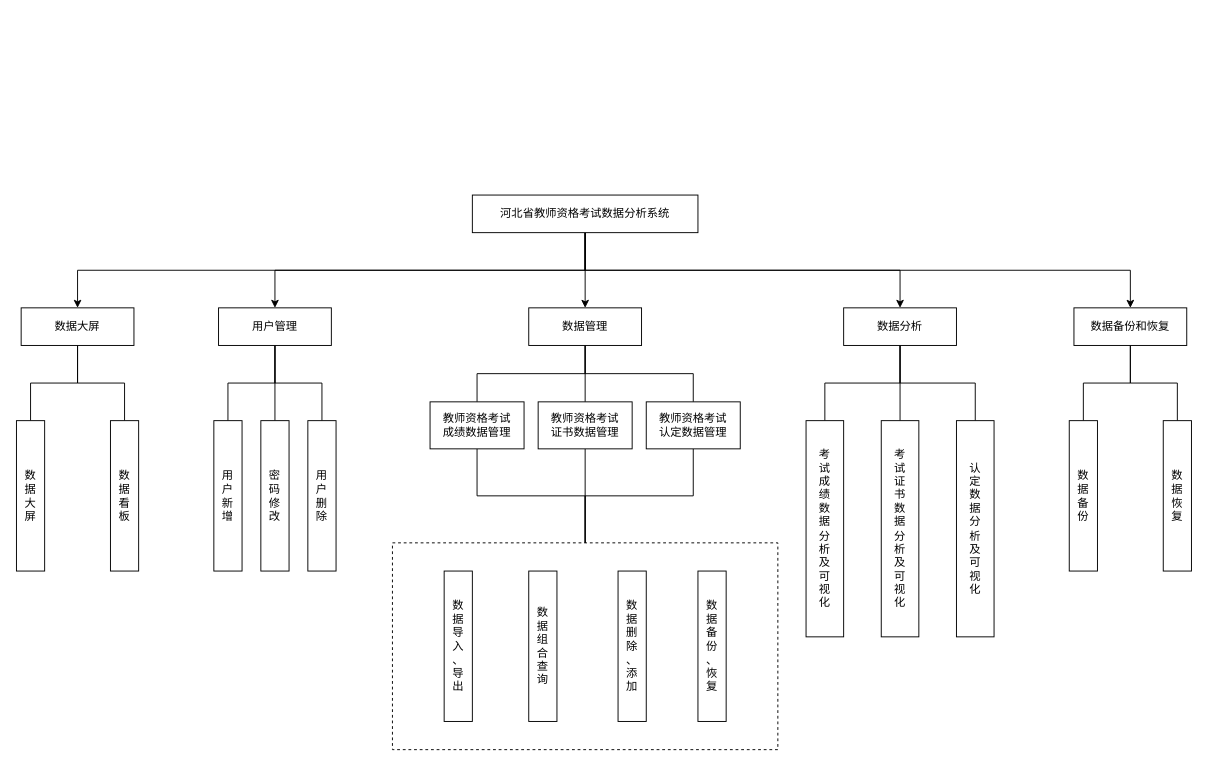
This is page "0.项目功能架构" (1 of 4) of resouces/drawio/structure.drawio from coderyjc/certificate_analysis, a draw.io file, before an edit. Source tidied: cells renumbered, new cells numbered last; positions are measured from the earlier drawing's top-left corner, leaving out a move shared by most shapes. Both pictures are drawn from the tidied source at 94%, with x=0, y=0 at pixel (16, 195).
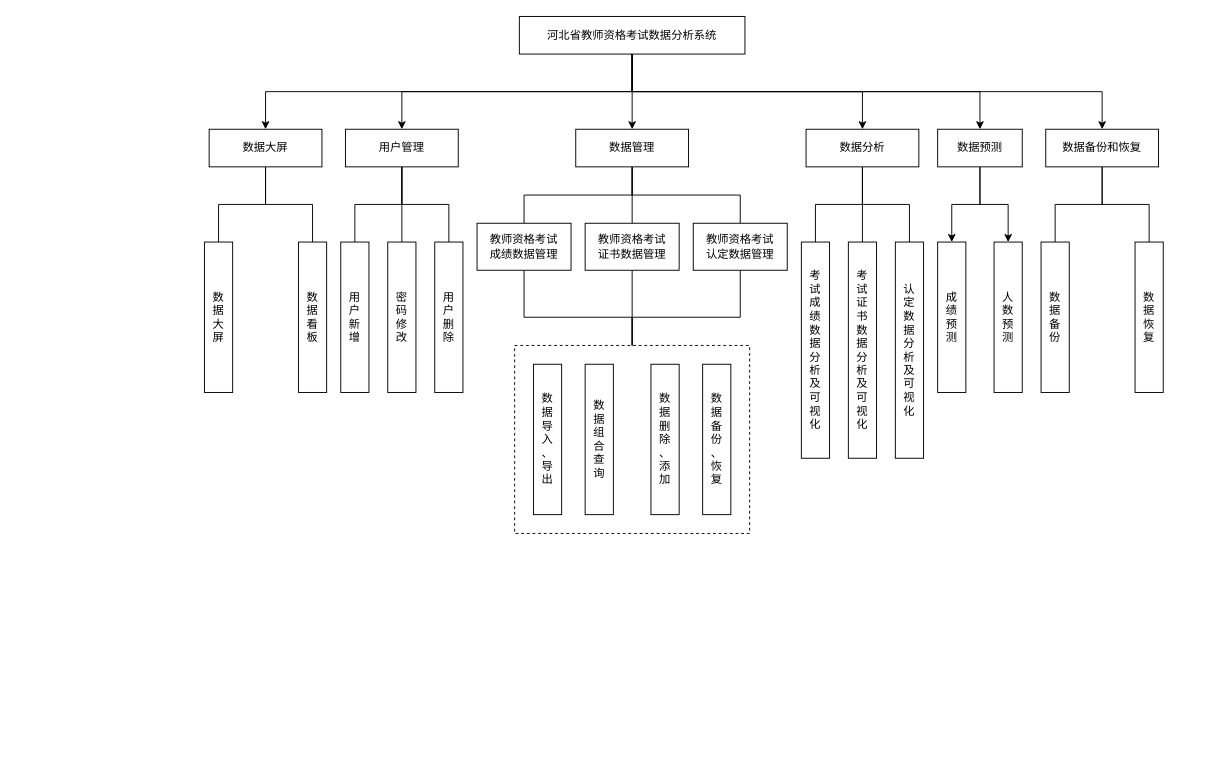
After the change.

The edit, as a diff of the source:
```diff
@@
     <mxCell id="3" style="edgeStyle=none;html=1;exitX=0.5;exitY=1;exitDx=0;exitDy=0;entryX=0.5;entryY=0;entryDx=0;entryDy=0;rounded=0;" parent="1" edge="1" source="7" target="11">
       <mxGeometry relative="1" as="geometry">
         <Array as="points">
-          <mxPoint x="605" y="80" />
-          <mxPoint x="275" y="80" />
+          <mxPoint x="655" y="-110" />
+          <mxPoint x="410" y="-110" />
         </Array>
       </mxGeometry>
     </mxCell>
     <mxCell id="4" style="edgeStyle=none;html=1;exitX=0.5;exitY=1;exitDx=0;exitDy=0;entryX=0.5;entryY=0;entryDx=0;entryDy=0;rounded=0;" parent="1" edge="1" source="7" target="19">
       <mxGeometry relative="1" as="geometry">
         <Array as="points">
-          <mxPoint x="605" y="80" />
-          <mxPoint x="940" y="80" />
+          <mxPoint x="655" y="-110" />
+          <mxPoint x="900" y="-110" />
         </Array>
       </mxGeometry>
     </mxCell>
     <mxCell id="5" style="edgeStyle=none;html=1;exitX=0.5;exitY=1;exitDx=0;exitDy=0;entryX=0.5;entryY=0;entryDx=0;entryDy=0;rounded=0;" parent="1" edge="1" source="7" target="39">
       <mxGeometry relative="1" as="geometry">
         <Array as="points">
-          <mxPoint x="605" y="80" />
-          <mxPoint x="65" y="80" />
+          <mxPoint x="655" y="-110" />
+          <mxPoint x="265" y="-110" />
         </Array>
       </mxGeometry>
     </mxCell>
     <mxCell id="6" style="edgeStyle=none;rounded=0;html=1;exitX=0.5;exitY=1;exitDx=0;exitDy=0;entryX=0.5;entryY=0;entryDx=0;entryDy=0;" parent="1" edge="1" source="7" target="44">
       <mxGeometry relative="1" as="geometry">
         <Array as="points">
-          <mxPoint x="605" y="80" />
-          <mxPoint x="1185" y="80" />
+          <mxPoint x="655" y="-110" />
+          <mxPoint x="1155" y="-110" />
         </Array>
       </mxGeometry>
     </mxCell>
+    <mxCell id="47" style="edgeStyle=none;html=1;exitX=0.5;exitY=1;exitDx=0;exitDy=0;entryX=0.5;entryY=0;entryDx=0;entryDy=0;rounded=0;" parent="1" edge="1" source="7" target="50">
+      <mxGeometry relative="1" as="geometry">
+        <Array as="points">
+          <mxPoint x="655" y="-110" />
+          <mxPoint x="1025" y="-110" />
+        </Array>
+      </mxGeometry>
+    </mxCell>
     <mxCell id="7" value="&lt;p class=&quot;MsoNormal&quot;&gt;河北省教师资格考试数据分析系统&lt;/p&gt;" style="whiteSpace=wrap;html=1;" parent="1" vertex="1">
-      <mxGeometry x="485" width="240" height="40" as="geometry" />
+      <mxGeometry x="535" y="-190" width="240" height="40" as="geometry" />
     </mxCell>
     <mxCell id="8" style="edgeStyle=none;rounded=0;html=1;exitX=0.5;exitY=1;exitDx=0;exitDy=0;entryX=0.5;entryY=0;entryDx=0;entryDy=0;endArrow=none;endFill=0;" parent="1" edge="1" source="11" target="20">
       <mxGeometry relative="1" as="geometry">
         <Array as="points">
-          <mxPoint x="275" y="200" />
-          <mxPoint x="225" y="200" />
+          <mxPoint x="410" y="10" />
+          <mxPoint x="360" y="10" />
         </Array>
       </mxGeometry>
     </mxCell>
@@
     <mxCell id="10" style="edgeStyle=none;rounded=0;html=1;exitX=0.5;exitY=1;exitDx=0;exitDy=0;entryX=0.5;entryY=0;entryDx=0;entryDy=0;endArrow=none;endFill=0;" parent="1" edge="1" source="11" target="22">
       <mxGeometry relative="1" as="geometry">
         <Array as="points">
-          <mxPoint x="275" y="200" />
-          <mxPoint x="325" y="200" />
+          <mxPoint x="410" y="10" />
+          <mxPoint x="460" y="10" />
         </Array>
       </mxGeometry>
     </mxCell>
     <mxCell id="11" value="用户管理" style="whiteSpace=wrap;html=1;" parent="1" vertex="1">
-      <mxGeometry x="215" y="120" width="120" height="40" as="geometry" />
+      <mxGeometry x="350" y="-70" width="120" height="40" as="geometry" />
     </mxCell>
     <mxCell id="12" style="edgeStyle=none;rounded=0;html=1;exitX=0.5;exitY=1;exitDx=0;exitDy=0;entryX=0.5;entryY=0;entryDx=0;entryDy=0;endArrow=none;endFill=0;" parent="1" edge="1" source="15" target="24">
       <mxGeometry relative="1" as="geometry">
         <Array as="points">
-          <mxPoint x="605" y="190" />
-          <mxPoint x="490" y="190" />
+          <mxPoint x="655" />
+          <mxPoint x="540" />
         </Array>
       </mxGeometry>
     </mxCell>
@@
     <mxCell id="14" style="edgeStyle=none;rounded=0;html=1;exitX=0.5;exitY=1;exitDx=0;exitDy=0;entryX=0.5;entryY=0;entryDx=0;entryDy=0;endArrow=none;endFill=0;" parent="1" edge="1" source="15" target="28">
       <mxGeometry relative="1" as="geometry">
         <Array as="points">
-          <mxPoint x="605" y="190" />
-          <mxPoint x="720" y="190" />
+          <mxPoint x="655" />
+          <mxPoint x="770" />
         </Array>
       </mxGeometry>
     </mxCell>
     <mxCell id="15" value="数据管理" style="whiteSpace=wrap;html=1;" parent="1" vertex="1">
-      <mxGeometry x="545" y="120" width="120" height="40" as="geometry" />
+      <mxGeometry x="595" y="-70" width="120" height="40" as="geometry" />
     </mxCell>
     <mxCell id="16" style="edgeStyle=none;rounded=0;html=1;exitX=0.5;exitY=1;exitDx=0;exitDy=0;entryX=0.5;entryY=0;entryDx=0;entryDy=0;endArrow=none;endFill=0;" parent="1" edge="1" source="19" target="33">
       <mxGeometry relative="1" as="geometry">
         <Array as="points">
-          <mxPoint x="940" y="200" />
-          <mxPoint x="860" y="200" />
+          <mxPoint x="900" y="10" />
+          <mxPoint x="850" y="10" />
         </Array>
       </mxGeometry>
     </mxCell>
@@
     <mxCell id="18" style="edgeStyle=none;rounded=0;html=1;exitX=0.5;exitY=1;exitDx=0;exitDy=0;entryX=0.5;entryY=0;entryDx=0;entryDy=0;endArrow=none;endFill=0;" parent="1" edge="1" source="19" target="35">
       <mxGeometry relative="1" as="geometry">
         <Array as="points">
-          <mxPoint x="940" y="200" />
-          <mxPoint x="1020" y="200" />
+          <mxPoint x="900" y="10" />
+          <mxPoint x="950" y="10" />
         </Array>
       </mxGeometry>
     </mxCell>
     <mxCell id="19" value="数据分析" style="whiteSpace=wrap;html=1;" parent="1" vertex="1">
-      <mxGeometry x="880" y="120" width="120" height="40" as="geometry" />
+      <mxGeometry x="840" y="-70" width="120" height="40" as="geometry" />
     </mxCell>
     <mxCell id="20" value="用&lt;br&gt;户&lt;br&gt;新&lt;br&gt;增" style="whiteSpace=wrap;html=1;" parent="1" vertex="1">
-      <mxGeometry x="210" y="240" width="30" height="160" as="geometry" />
+      <mxGeometry x="345" y="50" width="30" height="160" as="geometry" />
     </mxCell>
     <mxCell id="21" value="密&lt;br&gt;码&lt;br&gt;修&lt;br&gt;改" style="whiteSpace=wrap;html=1;" parent="1" vertex="1">
-      <mxGeometry x="260" y="240" width="30" height="160" as="geometry" />
+      <mxGeometry x="395" y="50" width="30" height="160" as="geometry" />
     </mxCell>
     <mxCell id="22" value="用&lt;br&gt;户&lt;br&gt;删&lt;br&gt;除" style="whiteSpace=wrap;html=1;" parent="1" vertex="1">
-      <mxGeometry x="310" y="240" width="30" height="160" as="geometry" />
+      <mxGeometry x="445" y="50" width="30" height="160" as="geometry" />
     </mxCell>
     <mxCell id="23" style="edgeStyle=none;rounded=0;html=1;exitX=0.5;exitY=1;exitDx=0;exitDy=0;entryX=0.5;entryY=0;entryDx=0;entryDy=0;endArrow=none;endFill=0;" parent="1" edge="1" source="24" target="36">
       <mxGeometry relative="1" as="geometry">
         <Array as="points">
-          <mxPoint x="490" y="320" />
-          <mxPoint x="605" y="320" />
+          <mxPoint x="540" y="130" />
+          <mxPoint x="655" y="130" />
         </Array>
       </mxGeometry>
     </mxCell>
     <mxCell id="24" value="教师资格考试&lt;br&gt;成绩数据管理" style="whiteSpace=wrap;html=1;" parent="1" vertex="1">
-      <mxGeometry x="440" y="220" width="100" height="50" as="geometry" />
+      <mxGeometry x="490" y="30" width="100" height="50" as="geometry" />
     </mxCell>
@@
     <mxCell id="26" value="教师资格考试&lt;br&gt;证书数据管理" style="whiteSpace=wrap;html=1;" parent="1" vertex="1">
-      <mxGeometry x="555" y="220" width="100" height="50" as="geometry" />
+      <mxGeometry x="605" y="30" width="100" height="50" as="geometry" />
     </mxCell>
     <mxCell id="27" style="edgeStyle=none;rounded=0;html=1;exitX=0.5;exitY=1;exitDx=0;exitDy=0;entryX=0.5;entryY=0;entryDx=0;entryDy=0;endArrow=none;endFill=0;" parent="1" edge="1" source="28" target="36">
       <mxGeometry relative="1" as="geometry">
         <Array as="points">
-          <mxPoint x="720" y="320" />
-          <mxPoint x="605" y="320" />
+          <mxPoint x="770" y="130" />
+          <mxPoint x="655" y="130" />
         </Array>
       </mxGeometry>
     </mxCell>
     <mxCell id="28" value="教师资格考试&lt;br&gt;认定数据管理" style="whiteSpace=wrap;html=1;" parent="1" vertex="1">
-      <mxGeometry x="670" y="220" width="100" height="50" as="geometry" />
+      <mxGeometry x="720" y="30" width="100" height="50" as="geometry" />
     </mxCell>
     <mxCell id="29" value="数&lt;br&gt;据&lt;br&gt;导&lt;br&gt;入&lt;br&gt;、&lt;br&gt;导&lt;br&gt;出" style="whiteSpace=wrap;html=1;" parent="1" vertex="1">
-      <mxGeometry x="455" y="400" width="30" height="160" as="geometry" />
+      <mxGeometry x="550" y="180" width="30" height="160" as="geometry" />
     </mxCell>
     <mxCell id="30" value="数&lt;br&gt;据&lt;br&gt;组&lt;br&gt;合&lt;br&gt;查&lt;br&gt;询" style="whiteSpace=wrap;html=1;" parent="1" vertex="1">
-      <mxGeometry x="545" y="400" width="30" height="160" as="geometry" />
+      <mxGeometry x="605" y="180" width="30" height="160" as="geometry" />
     </mxCell>
     <mxCell id="31" value="数&lt;br&gt;据&lt;br&gt;删&lt;br&gt;除&lt;br&gt;、&lt;br&gt;添&lt;br&gt;加" style="whiteSpace=wrap;html=1;" parent="1" vertex="1">
-      <mxGeometry x="640" y="400" width="30" height="160" as="geometry" />
+      <mxGeometry x="675" y="180" width="30" height="160" as="geometry" />
     </mxCell>
     <mxCell id="32" value="数&lt;br&gt;据&lt;br&gt;备&lt;br&gt;份&lt;br&gt;、&lt;br&gt;恢&lt;br&gt;复" style="whiteSpace=wrap;html=1;" parent="1" vertex="1">
-      <mxGeometry x="725" y="400" width="30" height="160" as="geometry" />
+      <mxGeometry x="730" y="180" width="30" height="160" as="geometry" />
     </mxCell>
     <mxCell id="33" value="考&lt;br&gt;试&lt;br&gt;成&lt;br&gt;绩&lt;br&gt;数&lt;br&gt;据&lt;br&gt;分&lt;br&gt;析&lt;br&gt;及&lt;br&gt;可&lt;br&gt;视&lt;br&gt;化" style="whiteSpace=wrap;html=1;" parent="1" vertex="1">
-      <mxGeometry x="840" y="240" width="40" height="230" as="geometry" />
+      <mxGeometry x="835" y="50" width="30" height="230" as="geometry" />
     </mxCell>
     <mxCell id="34" value="考&lt;br&gt;试&lt;br&gt;证&lt;br&gt;书&lt;br&gt;数&lt;br&gt;据&lt;br&gt;分&lt;br&gt;析&lt;br&gt;及&lt;br&gt;可&lt;br&gt;视&lt;br&gt;化" style="whiteSpace=wrap;html=1;" parent="1" vertex="1">
-      <mxGeometry x="920" y="240" width="40" height="230" as="geometry" />
+      <mxGeometry x="885" y="50" width="30" height="230" as="geometry" />
     </mxCell>
     <mxCell id="35" value="认&lt;br&gt;定&lt;br&gt;数&lt;br&gt;据&lt;br&gt;分&lt;br&gt;析&lt;br&gt;及&lt;br&gt;可&lt;br&gt;视&lt;br&gt;化" style="whiteSpace=wrap;html=1;" parent="1" vertex="1">
-      <mxGeometry x="1000" y="240" width="40" height="230" as="geometry" />
+      <mxGeometry x="935" y="50" width="30" height="230" as="geometry" />
     </mxCell>
     <mxCell id="36" style="whiteSpace=wrap;html=1;fillColor=none;dashed=1;" parent="1" vertex="1">
-      <mxGeometry x="400" y="370" width="410" height="220" as="geometry" />
+      <mxGeometry x="530" y="160" width="250" height="200" as="geometry" />
     </mxCell>
     <mxCell id="37" style="edgeStyle=none;rounded=0;html=1;exitX=0.5;exitY=1;exitDx=0;exitDy=0;entryX=0.5;entryY=0;entryDx=0;entryDy=0;endArrow=none;endFill=0;" parent="1" edge="1" source="39" target="40">
       <mxGeometry relative="1" as="geometry">
         <Array as="points">
-          <mxPoint x="65" y="200" />
-          <mxPoint x="15" y="200" />
+          <mxPoint x="265" y="10" />
+          <mxPoint x="215" y="10" />
         </Array>
       </mxGeometry>
     </mxCell>
     <mxCell id="38" style="edgeStyle=none;rounded=0;html=1;exitX=0.5;exitY=1;exitDx=0;exitDy=0;entryX=0.5;entryY=0;entryDx=0;entryDy=0;endArrow=none;endFill=0;" parent="1" edge="1" source="39" target="41">
       <mxGeometry relative="1" as="geometry">
         <Array as="points">
-          <mxPoint x="65" y="200" />
-          <mxPoint x="115" y="200" />
+          <mxPoint x="265" y="10" />
+          <mxPoint x="315" y="10" />
         </Array>
       </mxGeometry>
     </mxCell>
     <mxCell id="39" value="数据大屏" style="whiteSpace=wrap;html=1;" parent="1" vertex="1">
-      <mxGeometry x="5" y="120" width="120" height="40" as="geometry" />
+      <mxGeometry x="205" y="-70" width="120" height="40" as="geometry" />
     </mxCell>
     <mxCell id="40" value="数&lt;br&gt;据&lt;br&gt;大&lt;br&gt;屏" style="whiteSpace=wrap;html=1;" parent="1" vertex="1">
-      <mxGeometry y="240" width="30" height="160" as="geometry" />
+      <mxGeometry x="200" y="50" width="30" height="160" as="geometry" />
     </mxCell>
     <mxCell id="41" value="数&lt;br&gt;据&lt;br&gt;看&lt;br&gt;板" style="whiteSpace=wrap;html=1;" parent="1" vertex="1">
-      <mxGeometry x="100" y="240" width="30" height="160" as="geometry" />
+      <mxGeometry x="300" y="50" width="30" height="160" as="geometry" />
     </mxCell>
     <mxCell id="42" style="edgeStyle=none;rounded=0;html=1;exitX=0.5;exitY=1;exitDx=0;exitDy=0;entryX=0.5;entryY=0;entryDx=0;entryDy=0;endArrow=none;endFill=0;" parent="1" edge="1" source="44" target="45">
       <mxGeometry relative="1" as="geometry">
         <Array as="points">
-          <mxPoint x="1185" y="200" />
-          <mxPoint x="1135" y="200" />
+          <mxPoint x="1155" y="10" />
+          <mxPoint x="1105" y="10" />
         </Array>
       </mxGeometry>
     </mxCell>
     <mxCell id="43" style="edgeStyle=none;rounded=0;html=1;exitX=0.5;exitY=1;exitDx=0;exitDy=0;entryX=0.5;entryY=0;entryDx=0;entryDy=0;endArrow=none;endFill=0;" parent="1" edge="1" source="44" target="46">
       <mxGeometry relative="1" as="geometry">
         <Array as="points">
-          <mxPoint x="1185" y="200" />
-          <mxPoint x="1235" y="200" />
+          <mxPoint x="1155" y="10" />
+          <mxPoint x="1205" y="10" />
         </Array>
       </mxGeometry>
     </mxCell>
     <mxCell id="44" value="数据备份和恢复" style="whiteSpace=wrap;html=1;" parent="1" vertex="1">
-      <mxGeometry x="1125" y="120" width="120" height="40" as="geometry" />
+      <mxGeometry x="1095" y="-70" width="120" height="40" as="geometry" />
     </mxCell>
     <mxCell id="45" value="数&lt;br&gt;据&lt;br&gt;备&lt;br&gt;份" style="whiteSpace=wrap;html=1;" parent="1" vertex="1">
-      <mxGeometry x="1120" y="240" width="30" height="160" as="geometry" />
+      <mxGeometry x="1090" y="50" width="30" height="160" as="geometry" />
     </mxCell>
     <mxCell id="46" value="数&lt;br&gt;据&lt;br&gt;恢&lt;br&gt;复" style="whiteSpace=wrap;html=1;" parent="1" vertex="1">
-      <mxGeometry x="1220" y="240" width="30" height="160" as="geometry" />
+      <mxGeometry x="1190" y="50" width="30" height="160" as="geometry" />
     </mxCell>
+    <mxCell id="48" style="edgeStyle=none;rounded=0;html=1;exitX=0.5;exitY=1;exitDx=0;exitDy=0;entryX=0.5;entryY=0;entryDx=0;entryDy=0;" parent="1" edge="1" source="50" target="51">
+      <mxGeometry relative="1" as="geometry">
+        <Array as="points">
+          <mxPoint x="1025" y="10" />
+          <mxPoint x="995" y="10" />
+        </Array>
+      </mxGeometry>
+    </mxCell>
+    <mxCell id="49" style="edgeStyle=none;rounded=0;html=1;exitX=0.5;exitY=1;exitDx=0;exitDy=0;entryX=0.5;entryY=0;entryDx=0;entryDy=0;" parent="1" edge="1" source="50" target="52">
+      <mxGeometry relative="1" as="geometry">
+        <Array as="points">
+          <mxPoint x="1025" y="10" />
+          <mxPoint x="1055" y="10" />
+        </Array>
+      </mxGeometry>
+    </mxCell>
+    <mxCell id="50" value="数据预测" style="whiteSpace=wrap;html=1;" parent="1" vertex="1">
+      <mxGeometry x="980" y="-70" width="90" height="40" as="geometry" />
+    </mxCell>
+    <mxCell id="51" value="成&lt;br&gt;绩&lt;br&gt;预&lt;br&gt;测" style="whiteSpace=wrap;html=1;" parent="1" vertex="1">
+      <mxGeometry x="980" y="50" width="30" height="160" as="geometry" />
+    </mxCell>
+    <mxCell id="52" value="人&lt;br&gt;数&lt;br&gt;预&lt;br&gt;测" style="whiteSpace=wrap;html=1;" parent="1" vertex="1">
+      <mxGeometry x="1040" y="50" width="30" height="160" as="geometry" />
+    </mxCell>
```
